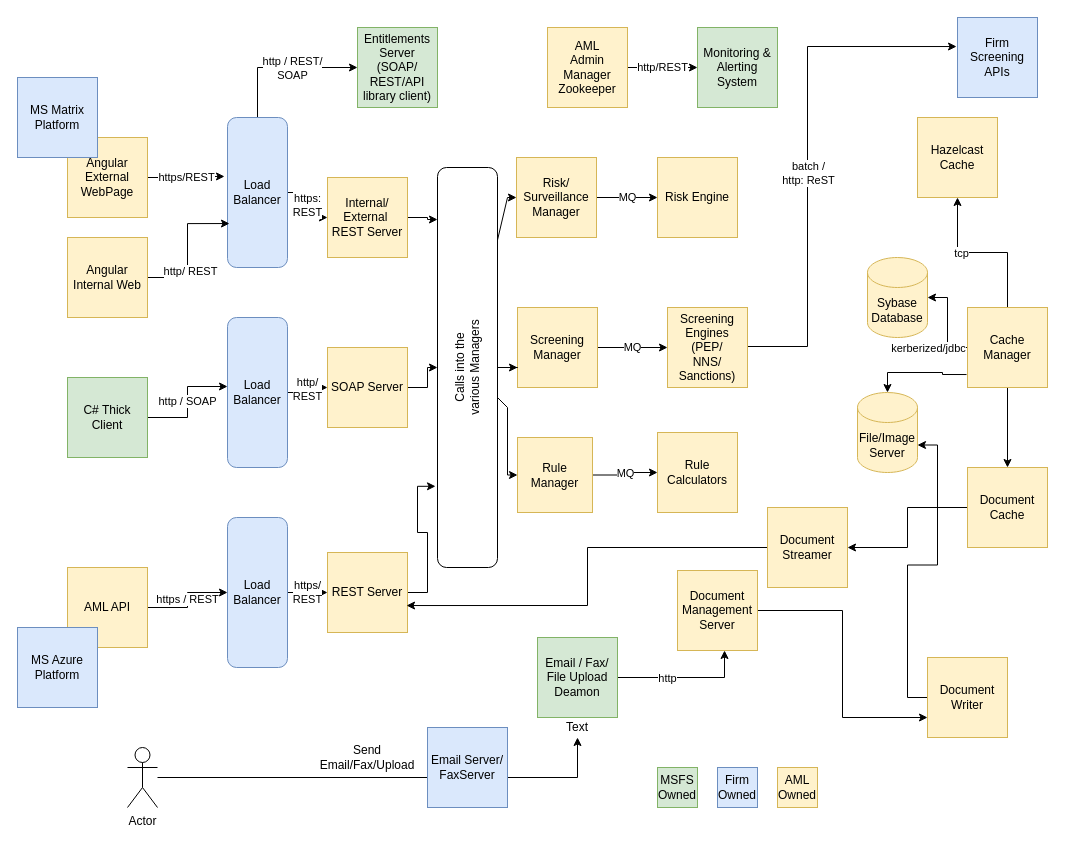
vaibhavsabnis/problem_practise keeps this draw.io diagram as page "Page-1" (1 of 3) of src/systemdesign/AMLFlow.drawio. Above is the earlier version. Source tidied: cells renumbered, new cells numbered last; positions are measured from the earlier drawing's top-left corner, leaving out a move shared by most shapes. Both pictures are drawn from the tidied source at 100%, with x=0, y=0 at pixel (17, 17).
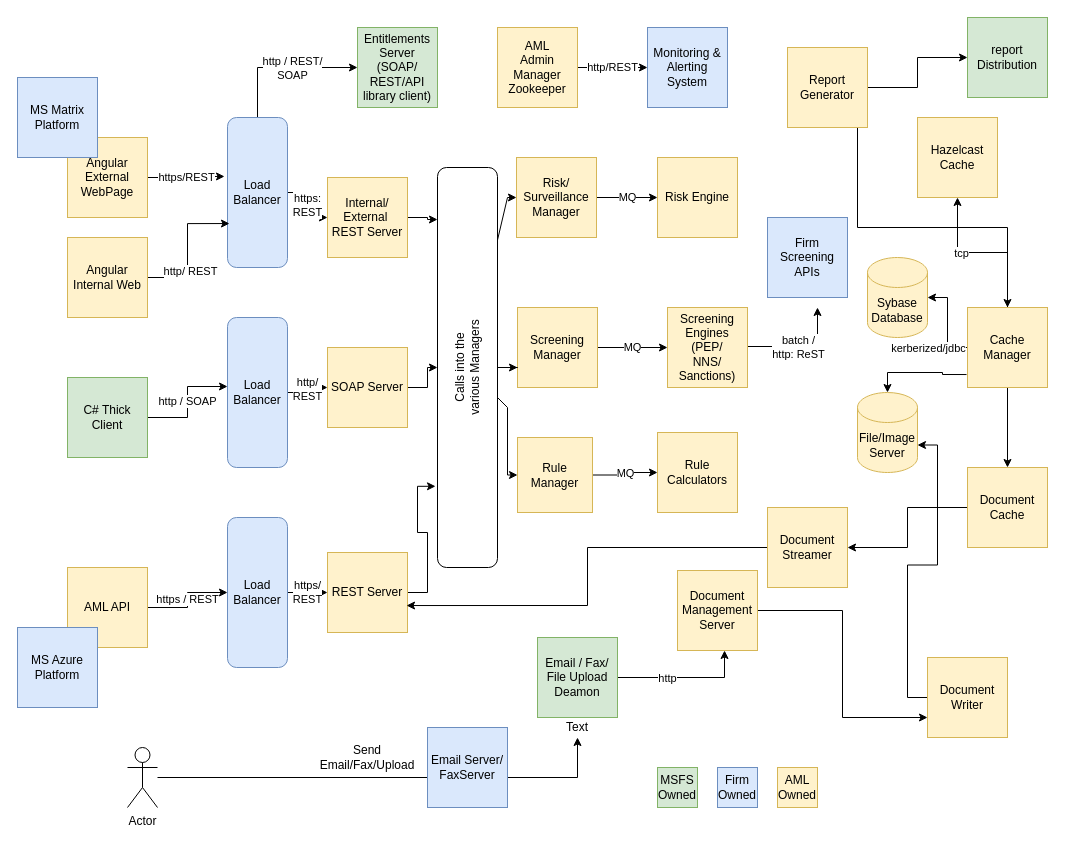
The same diagram, later.

The change refers to these unchanged cells:
```xml
<mxCell id="58" value="Cache Manager" style="whiteSpace=wrap;html=1;fillColor=#fff2cc;strokeColor=#d6b656;" parent="1" vertex="1">
  <mxGeometry x="950" y="290" width="80" height="80" as="geometry" />
</mxCell>
<mxCell id="61" value="Screening Engines&lt;br&gt;(PEP/&lt;br&gt;NNS/&lt;br&gt;Sanctions)" style="whiteSpace=wrap;html=1;fillColor=#fff2cc;strokeColor=#d6b656;" parent="1" vertex="1">
  <mxGeometry x="650" y="290" width="80" height="80" as="geometry" />
</mxCell>
```

Change to the diagram source:
```diff
@@
-    <mxCell id="28" style="edgeStyle=orthogonalEdgeStyle;rounded=0;jettySize=auto;html=1;entryX=-0.012;entryY=0.363;entryDx=0;entryDy=0;entryPerimeter=0;" parent="1" edge="1" source="61" target="62">
+    <mxCell id="28" style="edgeStyle=orthogonalEdgeStyle;rounded=0;jettySize=auto;html=1;" parent="1" edge="1" source="61">
       <mxGeometry relative="1" as="geometry">
+        <mxPoint x="800" y="290" as="targetPoint" />
         <Array as="points">
-          <mxPoint x="790" y="329" />
-          <mxPoint x="790" y="29" />
+          <mxPoint x="800" y="329" />
         </Array>
       </mxGeometry>
     </mxCell>
@@
     <mxCell id="41" value="AML&lt;br&gt;Admin Manager&lt;br&gt;Zookeeper" style="whiteSpace=wrap;html=1;fillColor=#fff2cc;strokeColor=#d6b656;" parent="1" vertex="1">
-      <mxGeometry x="530" y="10" width="80" height="80" as="geometry" />
+      <mxGeometry x="480" y="10" width="80" height="80" as="geometry" />
     </mxCell>
@@
-    <mxCell id="51" value="Monitoring &amp;amp; Alerting System" style="whiteSpace=wrap;html=1;fillColor=#d5e8d4;strokeColor=#82b366;" parent="1" vertex="1">
-      <mxGeometry x="680" y="10" width="80" height="80" as="geometry" />
+    <mxCell id="51" value="Monitoring &amp;amp; Alerting System" style="whiteSpace=wrap;html=1;fillColor=#dae8fc;strokeColor=#6c8ebf;" parent="1" vertex="1">
+      <mxGeometry x="630" y="10" width="80" height="80" as="geometry" />
     </mxCell>
@@
     <mxCell id="62" value="Firm Screening APIs" style="whiteSpace=wrap;html=1;fillColor=#dae8fc;strokeColor=#6c8ebf;" parent="1" vertex="1">
-      <mxGeometry x="940" width="80" height="80" as="geometry" />
+      <mxGeometry x="750" y="200" width="80" height="80" as="geometry" />
     </mxCell>
@@
+    <mxCell id="76" style="edgeStyle=orthogonalEdgeStyle;rounded=0;jettySize=auto;html=1;" parent="1" edge="1" source="78" target="79">
+      <mxGeometry relative="1" as="geometry" />
+    </mxCell>
+    <mxCell id="77" style="edgeStyle=orthogonalEdgeStyle;rounded=0;jettySize=auto;html=1;" parent="1" edge="1" source="78" target="58">
+      <mxGeometry relative="1" as="geometry">
+        <Array as="points">
+          <mxPoint x="840" y="210" />
+          <mxPoint x="990" y="210" />
+        </Array>
+      </mxGeometry>
+    </mxCell>
+    <mxCell id="78" value="Report Generator" style="whiteSpace=wrap;html=1;fillColor=#fff2cc;strokeColor=#d6b656;" parent="1" vertex="1">
+      <mxGeometry x="770" y="30" width="80" height="80" as="geometry" />
+    </mxCell>
+    <mxCell id="79" value="report Distribution" style="whiteSpace=wrap;html=1;fillColor=#d5e8d4;strokeColor=#82b366;" parent="1" vertex="1">
+      <mxGeometry x="950" width="80" height="80" as="geometry" />
+    </mxCell>
```
